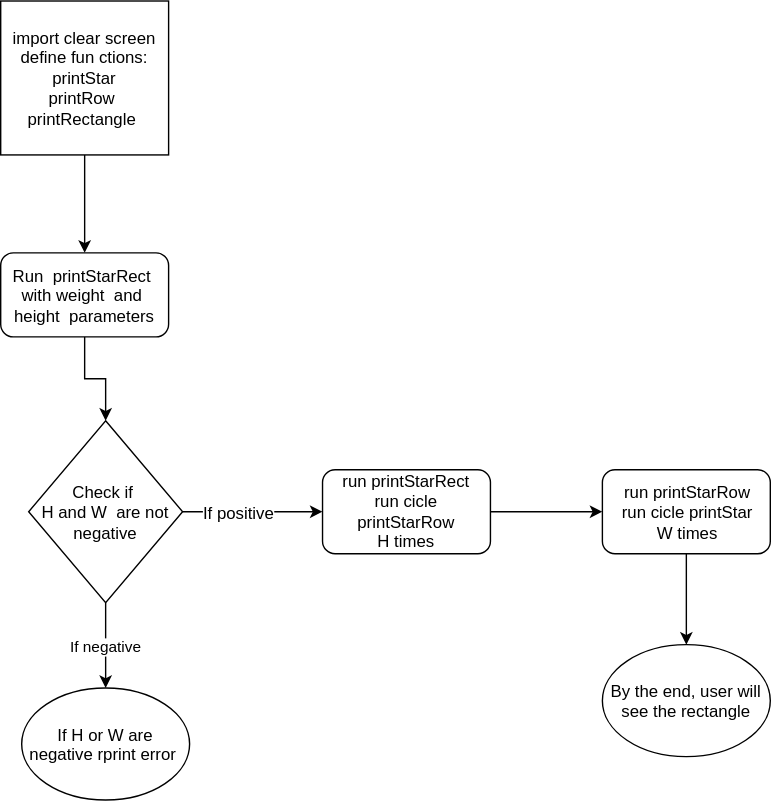
Above: 12-functions/2dmatrix/2dFlow.drawio.svg in RadionGareev/pylabs (draw.io), before the change. Source tidied: cells renumbered, new cells last; positions are measured from the earlier drawing's top-left corner, leaving out a move shared by most shapes. Source of this version:
```xml
<mxGraphModel>
  <root>
    <mxCell id="0" />
    <mxCell id="1" parent="0" />
    <mxCell id="2" style="edgeStyle=orthogonalEdgeStyle;rounded=0;jettySize=auto;html=1;" parent="1" edge="1" source="3" target="5">
      <mxGeometry relative="1" as="geometry" />
    </mxCell>
    <mxCell id="3" value="import clear screen&lt;br&gt;define fun ctions: printStar&lt;br&gt;printRow&amp;nbsp;&lt;br&gt;printRectangle&amp;nbsp;" style="rounded=0;whiteSpace=wrap;html=1;" parent="1" vertex="1">
      <mxGeometry width="120" height="110" as="geometry" />
    </mxCell>
    <mxCell id="4" style="edgeStyle=orthogonalEdgeStyle;rounded=0;jettySize=auto;html=1;" parent="1" edge="1" source="5" target="13">
      <mxGeometry relative="1" as="geometry" />
    </mxCell>
    <mxCell id="5" value="Run&amp;nbsp; printStarRect&amp;nbsp; with weight&amp;nbsp; and&amp;nbsp; height&amp;nbsp; parameters" style="rounded=1;whiteSpace=wrap;html=1;" parent="1" vertex="1">
      <mxGeometry y="180" width="120" height="60" as="geometry" />
    </mxCell>
    <mxCell id="6" style="edgeStyle=orthogonalEdgeStyle;rounded=0;jettySize=auto;html=1;" parent="1" edge="1" source="7" target="9">
      <mxGeometry relative="1" as="geometry" />
    </mxCell>
    <mxCell id="7" value="run printStarRect&lt;br&gt;run cicle printStarRow&lt;br&gt;H times" style="rounded=1;whiteSpace=wrap;html=1;" parent="1" vertex="1">
      <mxGeometry x="230" y="335" width="120" height="60" as="geometry" />
    </mxCell>
    <mxCell id="8" style="edgeStyle=orthogonalEdgeStyle;rounded=0;jettySize=auto;html=1;" parent="1" edge="1" source="9" target="15">
      <mxGeometry relative="1" as="geometry" />
    </mxCell>
    <mxCell id="9" value="run printStarRow&lt;br&gt;run cicle printStar&lt;br&gt;W times" style="rounded=1;whiteSpace=wrap;html=1;" parent="1" vertex="1">
      <mxGeometry x="430" y="335" width="120" height="60" as="geometry" />
    </mxCell>
    <mxCell id="10" value="If negative" style="edgeStyle=orthogonalEdgeStyle;rounded=0;jettySize=auto;html=1;" parent="1" edge="1" source="13" target="14">
      <mxGeometry relative="1" as="geometry" />
    </mxCell>
    <mxCell id="11" style="edgeStyle=orthogonalEdgeStyle;rounded=0;jettySize=auto;html=1;entryX=0;entryY=0.5;entryDx=0;entryDy=0;" parent="1" edge="1" source="13" target="7">
      <mxGeometry relative="1" as="geometry" />
    </mxCell>
    <mxCell id="12" value="If positive" style="text;html=1;align=center;verticalAlign=middle;labelBackgroundColor=#ffffff;" parent="11" vertex="1">
      <mxGeometry x="-0.2" relative="1" as="geometry" />
    </mxCell>
    <mxCell id="13" value="Check if&amp;nbsp;&lt;br&gt;H and W&amp;nbsp; are not negative" style="rhombus;whiteSpace=wrap;html=1;" parent="1" vertex="1">
      <mxGeometry x="20" y="300" width="110" height="130" as="geometry" />
    </mxCell>
    <mxCell id="14" value="If H or W are negative rprint error&amp;nbsp;" style="ellipse;whiteSpace=wrap;html=1;" parent="1" vertex="1">
      <mxGeometry x="15" y="491" width="120" height="80" as="geometry" />
    </mxCell>
    <mxCell id="15" value="By the end, user will see the rectangle" style="ellipse;whiteSpace=wrap;html=1;" parent="1" vertex="1">
      <mxGeometry x="430" y="460" width="120" height="80" as="geometry" />
    </mxCell>
  </root>
</mxGraphModel>
```
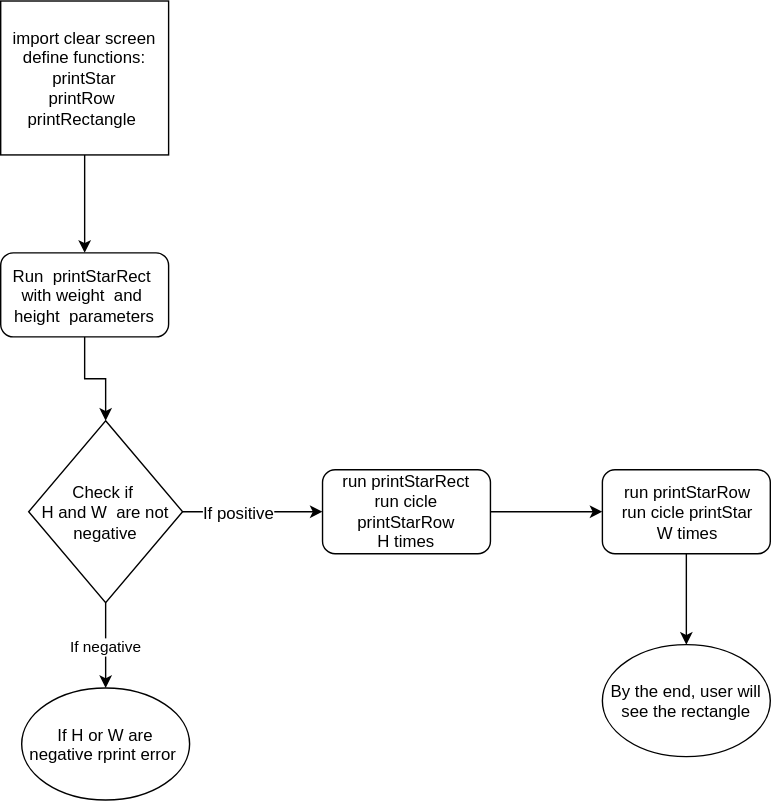
The same file after the commit.

Change to the diagram source:
```diff
@@ -5,7 +5,7 @@
     <mxCell id="2" style="edgeStyle=orthogonalEdgeStyle;rounded=0;jettySize=auto;html=1;" parent="1" edge="1" source="3" target="5">
       <mxGeometry relative="1" as="geometry" />
     </mxCell>
-    <mxCell id="3" value="import clear screen&lt;br&gt;define fun ctions: printStar&lt;br&gt;printRow&amp;nbsp;&lt;br&gt;printRectangle&amp;nbsp;" style="rounded=0;whiteSpace=wrap;html=1;" parent="1" vertex="1">
+    <mxCell id="3" value="import clear screen&lt;br&gt;define functions: printStar&lt;br&gt;printRow&amp;nbsp;&lt;br&gt;printRectangle&amp;nbsp;" style="rounded=0;whiteSpace=wrap;html=1;" parent="1" vertex="1">
       <mxGeometry width="120" height="110" as="geometry" />
     </mxCell>
     <mxCell id="4" style="edgeStyle=orthogonalEdgeStyle;rounded=0;jettySize=auto;html=1;" parent="1" edge="1" source="5" target="13">
```
